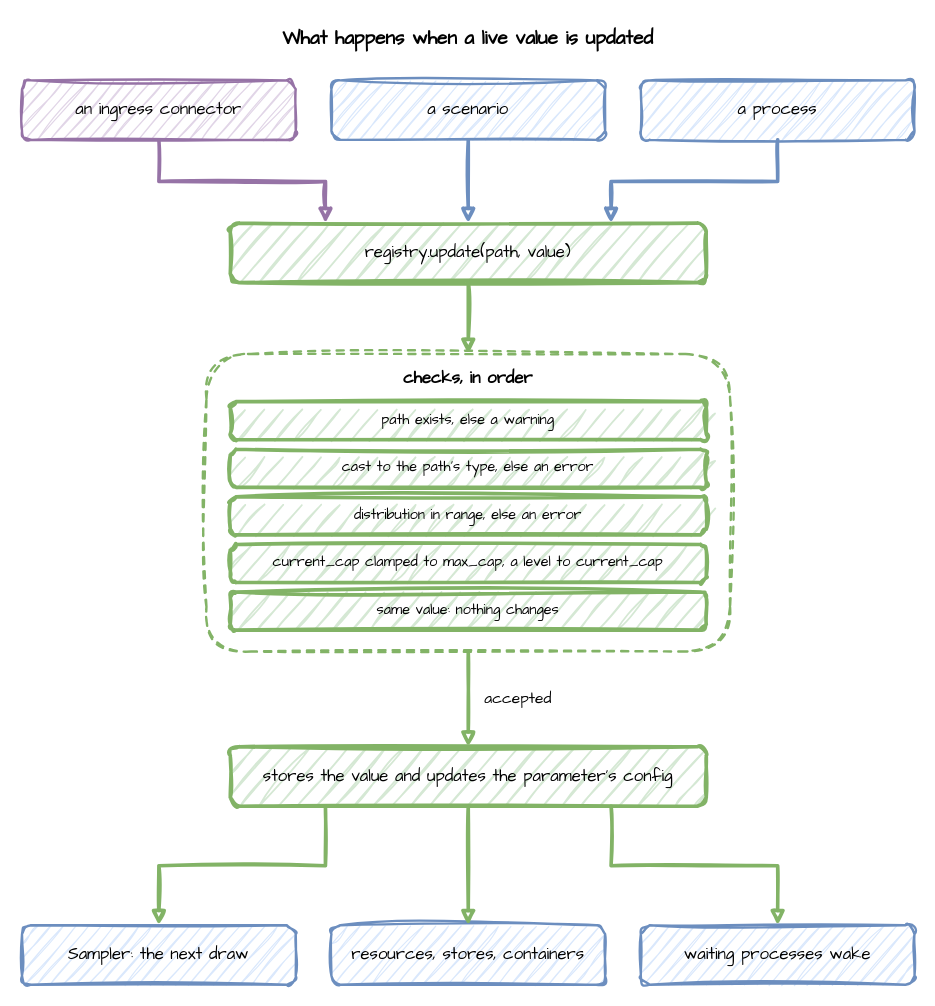
jaehyeon-kim/desflow keeps this draw.io diagram as docs/assets/diagrams/registry-update.drawio. Above is the earlier version. Source tidied: cells renumbered, new cells numbered last; positions are measured from the earlier drawing's top-left corner, leaving out a move shared by most shapes. Both pictures are drawn from the tidied source at 119%, with x=0, y=0 at pixel (21, 20).
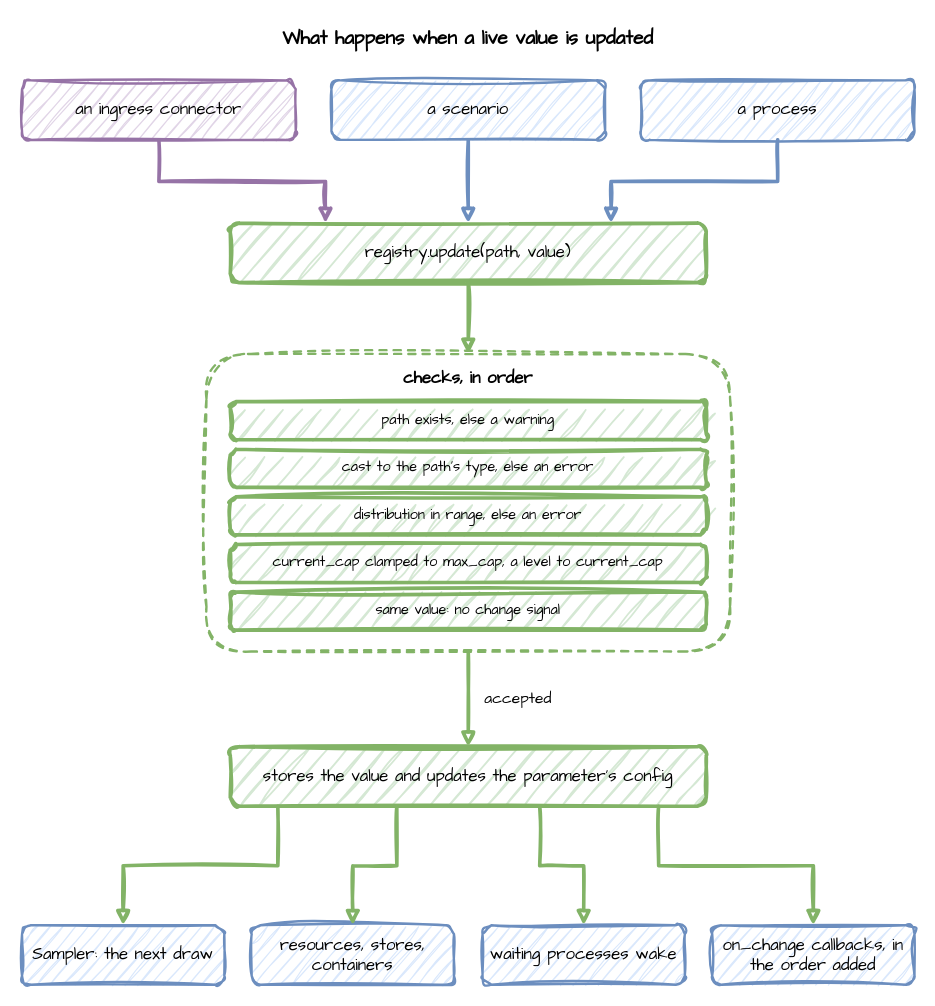
The same page after the edit.

Unchanged cells that the change refers to:
```xml
<mxCell id="16" value="stores the value and updates the parameter's config" style="rounded=1;whiteSpace=wrap;html=1;sketch=1;curveFitting=1;jiggle=2;fontFamily=Comic Sans MS;fontSize=14;fillColor=#d5e8d4;strokeColor=#82b366;strokeWidth=3;" parent="1" vertex="1">
  <mxGeometry x="175" y="610" width="400" height="50" as="geometry" />
</mxCell>
```

Change to the diagram source:
```diff
@@
-    <mxCell id="15" value="same value: nothing changes" style="rounded=1;whiteSpace=wrap;html=1;sketch=1;curveFitting=1;jiggle=2;fontFamily=Comic Sans MS;fontSize=14;fillColor=#d5e8d4;strokeColor=#82b366;strokeWidth=3;fontSize=12;" parent="1" vertex="1">
+    <mxCell id="15" value="same value: no change signal" style="rounded=1;whiteSpace=wrap;html=1;sketch=1;curveFitting=1;jiggle=2;fontFamily=Comic Sans MS;fontSize=14;fillColor=#d5e8d4;strokeColor=#82b366;strokeWidth=3;fontSize=12;" parent="1" vertex="1">
       <mxGeometry x="175" y="480" width="400" height="32" as="geometry" />
     </mxCell>
@@
     <mxCell id="17" value="Sampler: the next draw" style="rounded=1;whiteSpace=wrap;html=1;sketch=1;curveFitting=1;jiggle=2;fontFamily=Comic Sans MS;fontSize=14;fillColor=#dae8fc;strokeColor=#6c8ebf;strokeWidth=2;" parent="1" vertex="1">
-      <mxGeometry y="760" width="230" height="50" as="geometry" />
+      <mxGeometry y="760" width="170" height="50" as="geometry" />
     </mxCell>
     <mxCell id="18" value="resources, stores, containers" style="rounded=1;whiteSpace=wrap;html=1;sketch=1;curveFitting=1;jiggle=2;fontFamily=Comic Sans MS;fontSize=14;fillColor=#dae8fc;strokeColor=#6c8ebf;strokeWidth=2;" parent="1" vertex="1">
-      <mxGeometry x="260" y="760" width="230" height="50" as="geometry" />
+      <mxGeometry x="193" y="760" width="170" height="50" as="geometry" />
     </mxCell>
     <mxCell id="19" value="waiting processes wake" style="rounded=1;whiteSpace=wrap;html=1;sketch=1;curveFitting=1;jiggle=2;fontFamily=Comic Sans MS;fontSize=14;fillColor=#dae8fc;strokeColor=#6c8ebf;strokeWidth=2;" parent="1" vertex="1">
-      <mxGeometry x="520" y="760" width="230" height="50" as="geometry" />
+      <mxGeometry x="387" y="760" width="170" height="50" as="geometry" />
     </mxCell>
+    <mxCell id="25" value="on_change callbacks, in the order added" style="rounded=1;whiteSpace=wrap;html=1;sketch=1;curveFitting=1;jiggle=2;fontFamily=Comic Sans MS;fontSize=14;fillColor=#dae8fc;strokeColor=#6c8ebf;strokeWidth=2;" parent="1" vertex="1">
+      <mxGeometry x="580" y="760" width="170" height="50" as="geometry" />
+    </mxCell>
@@
-    <mxCell id="22" style="edgeStyle=orthogonalEdgeStyle;rounded=0;sketch=1;html=1;strokeWidth=3;endArrow=block;strokeColor=#82b366;fontFamily=Comic Sans MS;fontSize=13;labelBackgroundColor=#ffffff;exitX=0.2;exitY=1;exitDx=0;exitDy=0;entryX=0.5;entryY=0;entryDx=0;entryDy=0;" parent="1" edge="1" source="16" target="17">
+    <mxCell id="22" style="edgeStyle=orthogonalEdgeStyle;rounded=0;sketch=1;html=1;strokeWidth=3;endArrow=block;strokeColor=#82b366;fontFamily=Comic Sans MS;fontSize=13;labelBackgroundColor=#ffffff;exitX=0.1;exitY=1;exitDx=0;exitDy=0;entryX=0.5;entryY=0;entryDx=0;entryDy=0;" parent="1" edge="1" source="16" target="17">
       <mxGeometry relative="1" as="geometry" />
     </mxCell>
-    <mxCell id="23" style="edgeStyle=orthogonalEdgeStyle;rounded=0;sketch=1;html=1;strokeWidth=3;endArrow=block;strokeColor=#82b366;fontFamily=Comic Sans MS;fontSize=13;labelBackgroundColor=#ffffff;exitX=0.5;exitY=1;exitDx=0;exitDy=0;entryX=0.5;entryY=0;entryDx=0;entryDy=0;" parent="1" edge="1" source="16" target="18">
+    <mxCell id="23" style="edgeStyle=orthogonalEdgeStyle;rounded=0;sketch=1;html=1;strokeWidth=3;endArrow=block;strokeColor=#82b366;fontFamily=Comic Sans MS;fontSize=13;labelBackgroundColor=#ffffff;exitX=0.35;exitY=1;exitDx=0;exitDy=0;entryX=0.5;entryY=0;entryDx=0;entryDy=0;" parent="1" edge="1" source="16" target="18">
       <mxGeometry relative="1" as="geometry" />
     </mxCell>
-    <mxCell id="24" style="edgeStyle=orthogonalEdgeStyle;rounded=0;sketch=1;html=1;strokeWidth=3;endArrow=block;strokeColor=#82b366;fontFamily=Comic Sans MS;fontSize=13;labelBackgroundColor=#ffffff;exitX=0.8;exitY=1;exitDx=0;exitDy=0;entryX=0.5;entryY=0;entryDx=0;entryDy=0;" parent="1" edge="1" source="16" target="19">
+    <mxCell id="24" style="edgeStyle=orthogonalEdgeStyle;rounded=0;sketch=1;html=1;strokeWidth=3;endArrow=block;strokeColor=#82b366;fontFamily=Comic Sans MS;fontSize=13;labelBackgroundColor=#ffffff;exitX=0.65;exitY=1;exitDx=0;exitDy=0;entryX=0.5;entryY=0;entryDx=0;entryDy=0;" parent="1" edge="1" source="16" target="19">
       <mxGeometry relative="1" as="geometry" />
     </mxCell>
+    <mxCell id="26" style="edgeStyle=orthogonalEdgeStyle;rounded=0;sketch=1;html=1;strokeWidth=3;endArrow=block;strokeColor=#82b366;fontFamily=Comic Sans MS;fontSize=13;labelBackgroundColor=#ffffff;exitX=0.9;exitY=1;exitDx=0;exitDy=0;entryX=0.5;entryY=0;entryDx=0;entryDy=0;" parent="1" edge="1" source="16" target="25">
+      <mxGeometry relative="1" as="geometry" />
+    </mxCell>
```
